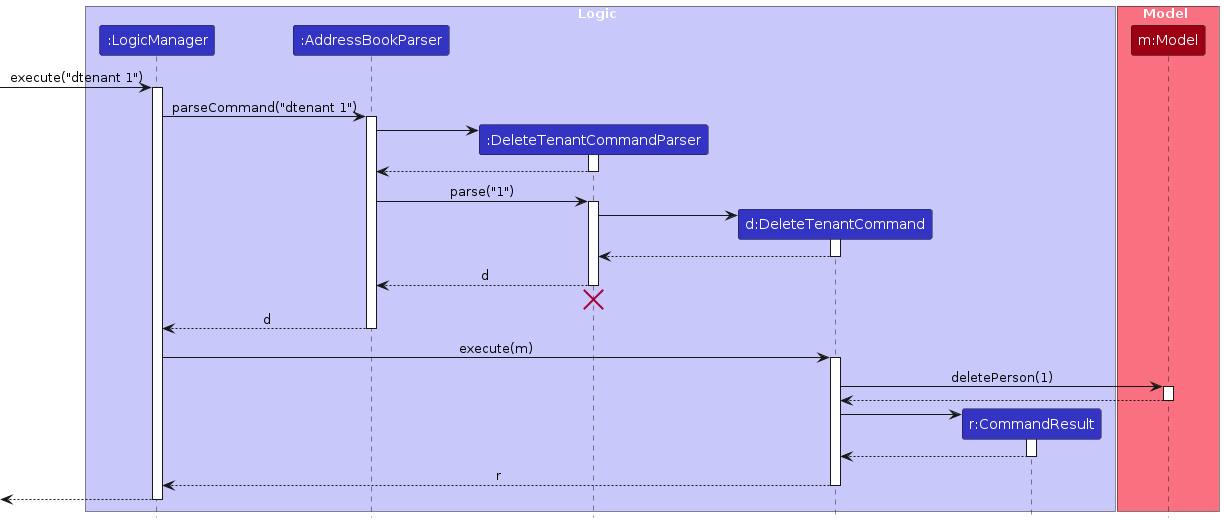
Above: diagrams/DeleteSequenceDiagram.png in Glacialthorn/tp (PlantUML), before the change. Its source is kept beside it as diagrams/DeleteSequenceDiagram.puml.
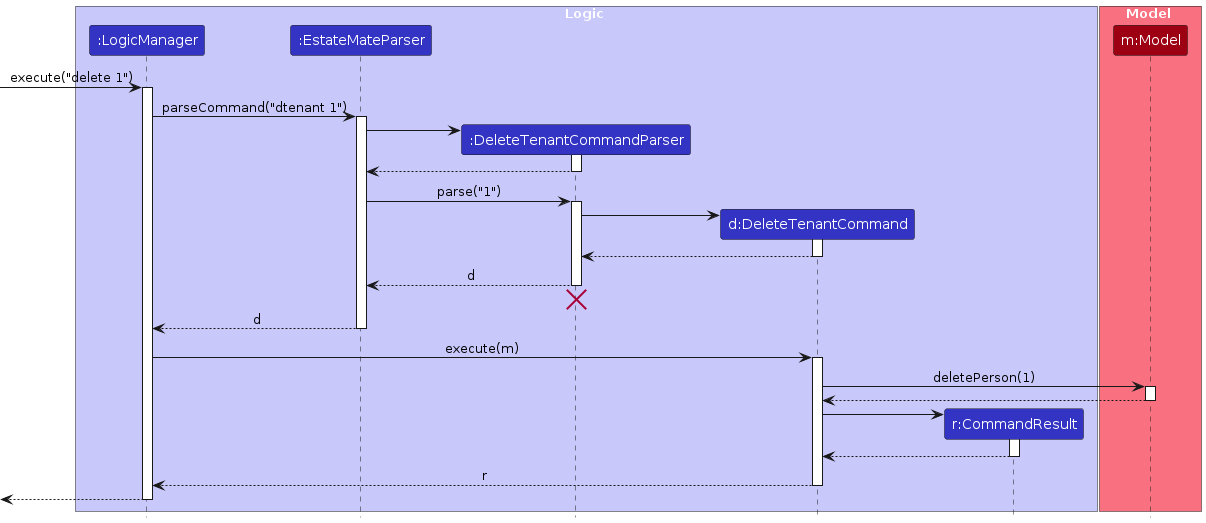
Above is the later version.

Diff of the diagram source:
```diff
@@ -4,7 +4,7 @@
 
 box Logic LOGIC_COLOR_T1
 participant ":LogicManager" as LogicManager LOGIC_COLOR
-participant ":AddressBookParser" as AddressBookParser LOGIC_COLOR
+participant ":EstateMateParser" as EstateMateParser LOGIC_COLOR
 participant ":DeleteTenantCommandParser" as DeleteTenantCommandParser LOGIC_COLOR
 participant "d:DeleteTenantCommand" as DeleteTenantCommand LOGIC_COLOR
 participant "r:CommandResult" as CommandResult LOGIC_COLOR
@@ -14,20 +14,20 @@
 participant "m:Model" as Model MODEL_COLOR
 end box
 
-[-> LogicManager : execute("dtenant 1")
+[-> LogicManager : execute("delete 1")
 activate LogicManager
 
-LogicManager -> AddressBookParser : parseCommand("dtenant 1")
-activate AddressBookParser
+LogicManager -> EstateMateParser : parseCommand("dtenant 1")
+activate EstateMateParser
 
 create DeleteTenantCommandParser
-AddressBookParser -> DeleteTenantCommandParser
+EstateMateParser -> DeleteTenantCommandParser
 activate DeleteTenantCommandParser
 
-DeleteTenantCommandParser --> AddressBookParser
+DeleteTenantCommandParser --> EstateMateParser
 deactivate DeleteTenantCommandParser
 
-AddressBookParser -> DeleteTenantCommandParser : parse("1")
+EstateMateParser -> DeleteTenantCommandParser : parse("1")
 activate DeleteTenantCommandParser
 
 create DeleteTenantCommand
@@ -37,13 +37,13 @@
 DeleteTenantCommand --> DeleteTenantCommandParser :
 deactivate DeleteTenantCommand
 
-DeleteTenantCommandParser --> AddressBookParser : d
+DeleteTenantCommandParser --> EstateMateParser : d
 deactivate DeleteTenantCommandParser
-DeleteTenantCommandParser -[hidden]-> AddressBookParser
+DeleteTenantCommandParser -[hidden]-> EstateMateParser
 destroy DeleteTenantCommandParser
 
-AddressBookParser --> LogicManager : d
-deactivate AddressBookParser
+EstateMateParser --> LogicManager : d
+deactivate EstateMateParser
 
 LogicManager -> DeleteTenantCommand : execute(m)
 activate DeleteTenantCommand
```
